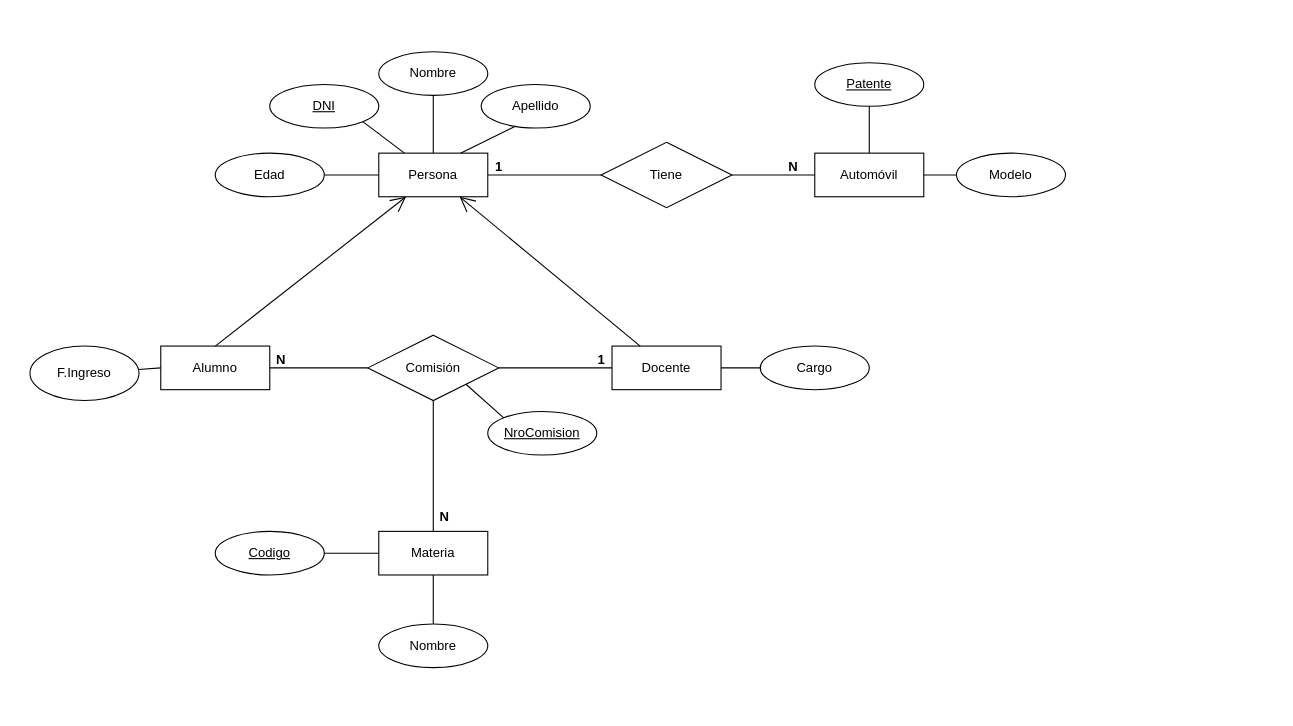
This is modelado/DER.drawio from FedeManzano/Tp_Base_Datos_Aplicada, a draw.io file, before an edit. Source tidied: cells renumbered, new cells numbered last; positions are measured from the earlier drawing's top-left corner, leaving out a move shared by most shapes. Both pictures are drawn from the tidied source at 109%, with x=0, y=0 at pixel (29, 51).
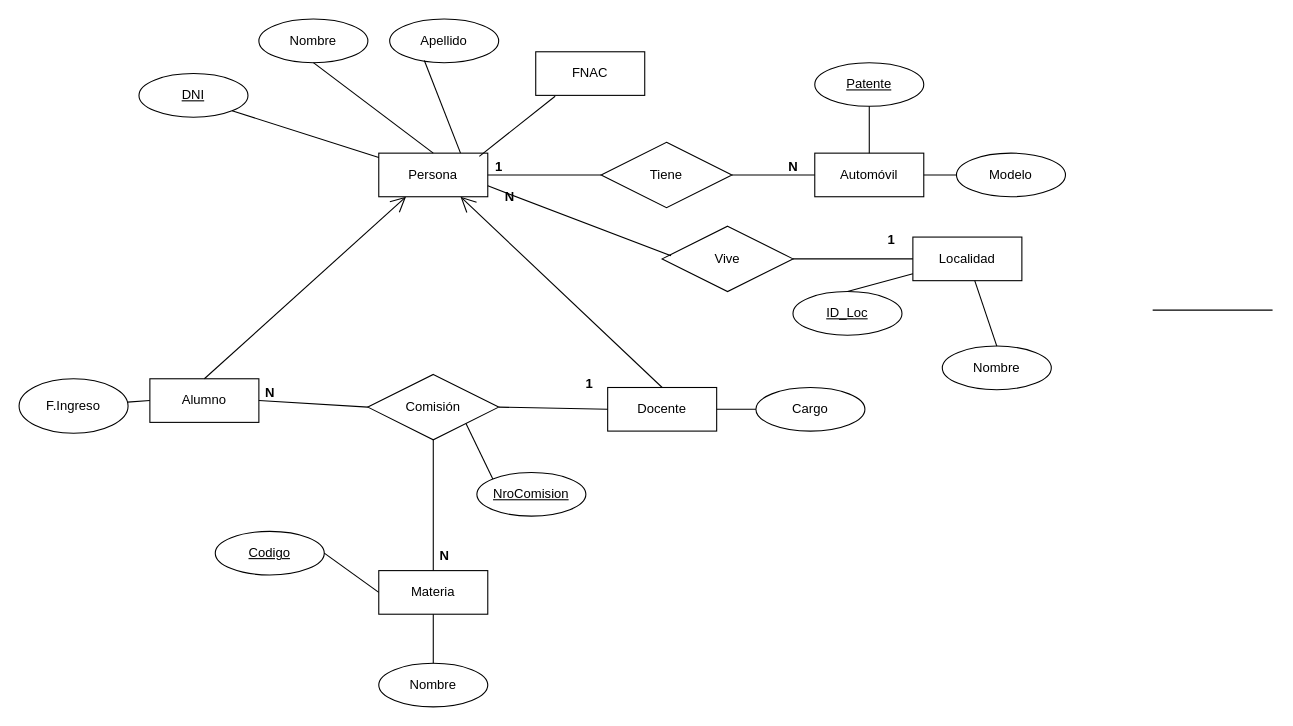
The same page after the edit.

Commit message (it also covers changes not shown here):
Ḿodificación del diseño, Fecha y localidad agregada, Fechas Random agregadas al sp correspondiente en /sp/ SP crear personas modificado para agregar fecha localidad y teléfono

The change refers to these unchanged cells:
```xml
<mxCell id="2" value="Persona" style="whiteSpace=wrap;html=1;align=center;" parent="1" vertex="1">
  <mxGeometry x="320" y="93" width="100" height="40" as="geometry" />
</mxCell>
<mxCell id="24" value="1" style="text;align=center;fontStyle=1;verticalAlign=middle;spacingLeft=3;spacingRight=3;strokeColor=none;points=[[0,0.5],[1,0.5]];portConstraint=eastwest;html=1;" parent="1" vertex="1">
  <mxGeometry x="390" y="93" width="80" height="26" as="geometry" />
</mxCell>
```

The edit, as a diff of the source:
```diff
@@
     <mxCell id="3" value="Alumno" style="whiteSpace=wrap;html=1;align=center;" parent="1" vertex="1">
-      <mxGeometry x="120" y="270" width="100" height="40" as="geometry" />
+      <mxGeometry x="110" y="300" width="100" height="40" as="geometry" />
     </mxCell>
     <mxCell id="4" value="Docente" style="whiteSpace=wrap;html=1;align=center;" parent="1" vertex="1">
-      <mxGeometry x="534" y="270" width="100" height="40" as="geometry" />
+      <mxGeometry x="530" y="308" width="100" height="40" as="geometry" />
     </mxCell>
-    <mxCell id="5" style="endArrow=open;endFill=1;endSize=12;html=1;rounded=0;" parent="1" edge="1" source="4" target="2">
-      <mxGeometry relative="1" as="geometry" />
-    </mxCell>
@@
     <mxCell id="7" value="Comisión" style="shape=rhombus;perimeter=rhombusPerimeter;whiteSpace=wrap;html=1;align=center;" parent="1" vertex="1">
-      <mxGeometry x="310" y="260" width="120" height="60" as="geometry" />
+      <mxGeometry x="310" y="296" width="120" height="60" as="geometry" />
     </mxCell>
     <mxCell id="8" value="Materia" style="whiteSpace=wrap;html=1;align=center;" parent="1" vertex="1">
-      <mxGeometry x="320" y="440" width="100" height="40" as="geometry" />
+      <mxGeometry x="320" y="476" width="100" height="40" as="geometry" />
     </mxCell>
@@
-    <mxCell id="11" style="endArrow=none;html=1;rounded=0;exitX=1;exitY=0.5;exitDx=0;exitDy=0;" parent="1" edge="1" source="7" target="4">
+    <mxCell id="11" style="endArrow=none;html=1;rounded=0;exitX=1;exitY=0.5;exitDx=0;exitDy=0;entryX=0;entryY=0.5;entryDx=0;entryDy=0;" parent="1" edge="1" source="7" target="4">
       <mxGeometry relative="1" as="geometry" />
     </mxCell>
@@
     <mxCell id="14" value="DNI" style="ellipse;whiteSpace=wrap;html=1;align=center;fontStyle=4;" parent="1" vertex="1">
-      <mxGeometry x="220" y="30" width="100" height="40" as="geometry" />
+      <mxGeometry x="100" y="20" width="100" height="40" as="geometry" />
     </mxCell>
@@
     <mxCell id="16" value="Nombre" style="ellipse;whiteSpace=wrap;html=1;align=center;" parent="1" vertex="1">
-      <mxGeometry x="320" width="100" height="40" as="geometry" />
+      <mxGeometry x="210" y="-30" width="100" height="40" as="geometry" />
     </mxCell>
@@
     <mxCell id="18" value="Apellido" style="ellipse;whiteSpace=wrap;html=1;align=center;" parent="1" vertex="1">
-      <mxGeometry x="414" y="30" width="100" height="40" as="geometry" />
+      <mxGeometry x="330" y="-30" width="100" height="40" as="geometry" />
     </mxCell>
@@
-    <mxCell id="20" value="Edad" style="ellipse;whiteSpace=wrap;html=1;align=center;" parent="1" vertex="1">
-      <mxGeometry x="170" y="93" width="100" height="40" as="geometry" />
-    </mxCell>
-    <mxCell id="21" style="endArrow=none;html=1;rounded=0;exitX=1;exitY=0.5;exitDx=0;exitDy=0;entryX=0;entryY=0.5;entryDx=0;entryDy=0;" parent="1" edge="1" source="20" target="2">
-      <mxGeometry relative="1" as="geometry" />
-    </mxCell>
@@
     <mxCell id="26" value="N" style="text;align=center;fontStyle=1;verticalAlign=middle;spacingLeft=3;spacingRight=3;strokeColor=none;html=1;" parent="1" vertex="1">
-      <mxGeometry x="190" y="270" width="80" height="26" as="geometry" />
+      <mxGeometry x="180" y="300" width="80" height="26" as="geometry" />
     </mxCell>
     <mxCell id="27" value="1" style="text;align=center;fontStyle=1;verticalAlign=middle;spacingLeft=3;spacingRight=3;strokeColor=none;html=1;" parent="1" vertex="1">
-      <mxGeometry x="484" y="270" width="80" height="26" as="geometry" />
+      <mxGeometry x="480" y="292" width="66" height="26" as="geometry" />
     </mxCell>
     <mxCell id="28" value="N" style="text;align=center;fontStyle=1;verticalAlign=middle;spacingLeft=3;spacingRight=3;strokeColor=none;html=1;" parent="1" vertex="1">
-      <mxGeometry x="340" y="414" width="80" height="26" as="geometry" />
+      <mxGeometry x="340" y="450" width="80" height="26" as="geometry" />
     </mxCell>
     <mxCell id="29" value="F.Ingreso" style="ellipse;whiteSpace=wrap;html=1;align=center;" parent="1" vertex="1">
-      <mxGeometry y="270" width="100" height="50" as="geometry" />
+      <mxGeometry x="-10" y="300" width="100" height="50" as="geometry" />
     </mxCell>
@@
     <mxCell id="31" value="Cargo" style="ellipse;whiteSpace=wrap;html=1;align=center;" parent="1" vertex="1">
-      <mxGeometry x="670" y="270" width="100" height="40" as="geometry" />
+      <mxGeometry x="666" y="308" width="100" height="40" as="geometry" />
     </mxCell>
@@
     <mxCell id="35" value="Nombre" style="ellipse;whiteSpace=wrap;html=1;align=center;" parent="1" vertex="1">
-      <mxGeometry x="320" y="525" width="100" height="40" as="geometry" />
+      <mxGeometry x="320" y="561" width="100" height="40" as="geometry" />
     </mxCell>
@@
     <mxCell id="41" value="NroComision" style="ellipse;whiteSpace=wrap;html=1;align=center;fontStyle=4;" parent="1" vertex="1">
-      <mxGeometry x="420" y="330" width="100" height="40" as="geometry" />
+      <mxGeometry x="410" y="386" width="100" height="40" as="geometry" />
     </mxCell>
@@
+    <mxCell id="43" value="Localidad" style="whiteSpace=wrap;html=1;align=center;" parent="1" vertex="1">
+      <mxGeometry x="810" y="170" width="100" height="40" as="geometry" />
+    </mxCell>
+    <mxCell id="44" style="endArrow=none;html=1;rounded=0;" parent="1" edge="1">
+      <mxGeometry relative="1" as="geometry">
+        <mxPoint x="1030" y="237" as="sourcePoint" />
+        <mxPoint x="1140" y="237" as="targetPoint" />
+      </mxGeometry>
+    </mxCell>
+    <mxCell id="45" value="Vive" style="shape=rhombus;perimeter=rhombusPerimeter;whiteSpace=wrap;html=1;align=center;" parent="1" vertex="1">
+      <mxGeometry x="580" y="160" width="120" height="60" as="geometry" />
+    </mxCell>
+    <mxCell id="46" value="Nombre" style="ellipse;whiteSpace=wrap;html=1;align=center;" parent="1" vertex="1">
+      <mxGeometry x="837" y="270" width="100" height="40" as="geometry" />
+    </mxCell>
+    <mxCell id="47" style="endArrow=none;html=1;rounded=0;entryX=0.5;entryY=0;entryDx=0;entryDy=0;" parent="1" edge="1" source="43" target="46">
+      <mxGeometry relative="1" as="geometry" />
+    </mxCell>
+    <mxCell id="48" value="ID_Loc" style="ellipse;whiteSpace=wrap;html=1;align=center;fontStyle=4;" parent="1" vertex="1">
+      <mxGeometry x="700" y="220" width="100" height="40" as="geometry" />
+    </mxCell>
+    <mxCell id="49" style="endArrow=none;html=1;rounded=0;entryX=0.5;entryY=0;entryDx=0;entryDy=0;" parent="1" edge="1" source="43" target="48">
+      <mxGeometry relative="1" as="geometry" />
+    </mxCell>
+    <mxCell id="50" value="1" style="text;align=center;fontStyle=1;verticalAlign=middle;spacingLeft=3;spacingRight=3;strokeColor=none;html=1;" parent="1" vertex="1">
+      <mxGeometry x="750" y="160" width="80" height="26" as="geometry" />
+    </mxCell>
+    <mxCell id="51" style="endArrow=none;html=1;rounded=0;entryX=1;entryY=0.5;entryDx=0;entryDy=0;" parent="1" edge="1" source="43" target="45">
+      <mxGeometry relative="1" as="geometry" />
+    </mxCell>
+    <mxCell id="52" style="endArrow=none;html=1;rounded=0;exitX=1;exitY=0.75;exitDx=0;exitDy=0;entryX=0.068;entryY=0.453;entryDx=0;entryDy=0;entryPerimeter=0;" parent="1" edge="1" source="2" target="45">
+      <mxGeometry relative="1" as="geometry" />
+    </mxCell>
+    <mxCell id="53" value="N" style="text;align=center;fontStyle=1;verticalAlign=middle;spacingLeft=3;spacingRight=3;strokeColor=none;html=1;" parent="1" vertex="1">
+      <mxGeometry x="400" y="120" width="80" height="26" as="geometry" />
+    </mxCell>
+    <mxCell id="54" value="FNAC" style="whiteSpace=wrap;html=1;align=center;" parent="1" vertex="1">
+      <mxGeometry x="464" width="100" height="40" as="geometry" />
+    </mxCell>
+    <mxCell id="55" style="endArrow=none;html=1;rounded=0;entryX=0.178;entryY=1.02;entryDx=0;entryDy=0;entryPerimeter=0;exitX=0.278;exitY=0.115;exitDx=0;exitDy=0;exitPerimeter=0;" parent="1" edge="1" source="24" target="54">
+      <mxGeometry relative="1" as="geometry" />
+    </mxCell>
+    <mxCell id="5" style="endArrow=open;endFill=1;endSize=12;html=1;rounded=0;exitX=0.5;exitY=0;exitDx=0;exitDy=0;entryX=0.75;entryY=1;entryDx=0;entryDy=0;" parent="1" edge="1" source="4" target="2">
+      <mxGeometry relative="1" as="geometry" />
+    </mxCell>
```
